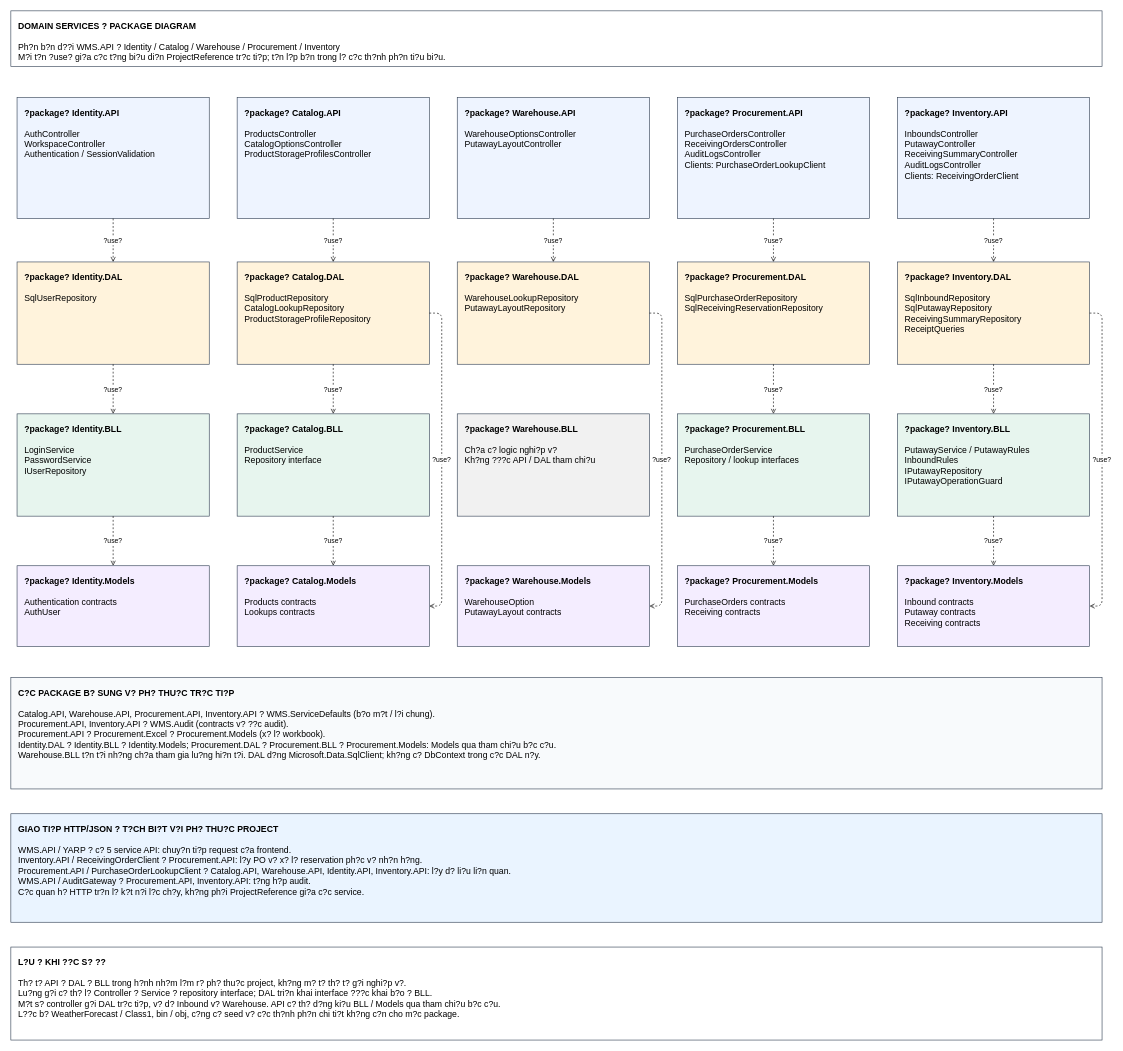
Above: docs/backend-services-package-diagram.drawio in MiDuKoNgu/WarehouseManagementSystem_SWD392 (draw.io), before the change. Source tidied: cells renumbered, new cells numbered last; positions are measured from the earlier drawing's top-left corner, leaving out a move shared by most shapes. Both pictures are drawn from the tidied source at 62%, with x=0, y=0 at pixel (11, 11).
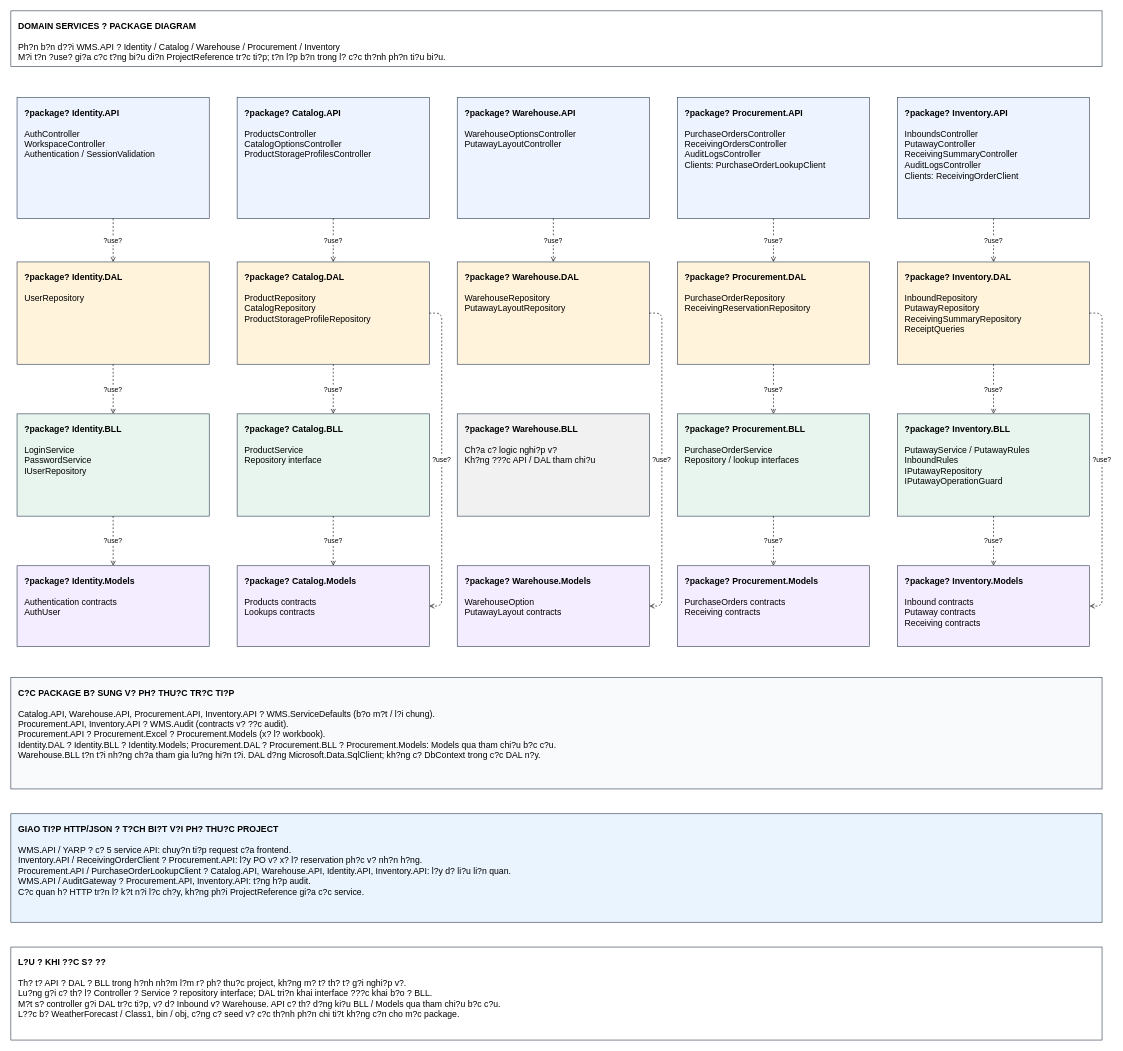
Above is the later version.

What changed in the source:
```diff
@@
-    <mxCell id="4" value="&lt;b&gt;?package? Identity.DAL&lt;/b&gt;&lt;br&gt;&lt;br&gt;SqlUserRepository" style="html=1;whiteSpace=wrap;align=left;verticalAlign=top;spacing=12;fontSize=14;fillColor=#fff3dc;strokeColor=#334155;" parent="1" vertex="1">
+    <mxCell id="4" value="&lt;b&gt;?package? Identity.DAL&lt;/b&gt;&lt;br&gt;&lt;br&gt;UserRepository" style="html=1;whiteSpace=wrap;align=left;verticalAlign=top;spacing=12;fontSize=14;fillColor=#fff3dc;strokeColor=#334155;" parent="1" vertex="1">
       <mxGeometry x="10" y="405" width="310" height="165" as="geometry" />
     </mxCell>
@@
-    <mxCell id="11" value="&lt;b&gt;?package? Catalog.DAL&lt;/b&gt;&lt;br&gt;&lt;br&gt;SqlProductRepository&lt;br&gt;CatalogLookupRepository&lt;br&gt;ProductStorageProfileRepository" style="html=1;whiteSpace=wrap;align=left;verticalAlign=top;spacing=12;fontSize=14;fillColor=#fff3dc;strokeColor=#334155;" parent="1" vertex="1">
+    <mxCell id="11" value="&lt;b&gt;?package? Catalog.DAL&lt;/b&gt;&lt;br&gt;&lt;br&gt;ProductRepository&lt;br&gt;CatalogRepository&lt;br&gt;ProductStorageProfileRepository" style="html=1;whiteSpace=wrap;align=left;verticalAlign=top;spacing=12;fontSize=14;fillColor=#fff3dc;strokeColor=#334155;" parent="1" vertex="1">
       <mxGeometry x="365" y="405" width="310" height="165" as="geometry" />
     </mxCell>
@@
-    <mxCell id="19" value="&lt;b&gt;?package? Warehouse.DAL&lt;/b&gt;&lt;br&gt;&lt;br&gt;WarehouseLookupRepository&lt;br&gt;PutawayLayoutRepository" style="html=1;whiteSpace=wrap;align=left;verticalAlign=top;spacing=12;fontSize=14;fillColor=#fff3dc;strokeColor=#334155;" parent="1" vertex="1">
+    <mxCell id="19" value="&lt;b&gt;?package? Warehouse.DAL&lt;/b&gt;&lt;br&gt;&lt;br&gt;WarehouseRepository&lt;br&gt;PutawayLayoutRepository" style="html=1;whiteSpace=wrap;align=left;verticalAlign=top;spacing=12;fontSize=14;fillColor=#fff3dc;strokeColor=#334155;" parent="1" vertex="1">
       <mxGeometry x="720" y="405" width="310" height="165" as="geometry" />
     </mxCell>
@@
-    <mxCell id="25" value="&lt;b&gt;?package? Procurement.DAL&lt;/b&gt;&lt;br&gt;&lt;br&gt;SqlPurchaseOrderRepository&lt;br&gt;SqlReceivingReservationRepository" style="html=1;whiteSpace=wrap;align=left;verticalAlign=top;spacing=12;fontSize=14;fillColor=#fff3dc;strokeColor=#334155;" parent="1" vertex="1">
+    <mxCell id="25" value="&lt;b&gt;?package? Procurement.DAL&lt;/b&gt;&lt;br&gt;&lt;br&gt;PurchaseOrderRepository&lt;br&gt;ReceivingReservationRepository" style="html=1;whiteSpace=wrap;align=left;verticalAlign=top;spacing=12;fontSize=14;fillColor=#fff3dc;strokeColor=#334155;" parent="1" vertex="1">
       <mxGeometry x="1075" y="405" width="310" height="165" as="geometry" />
     </mxCell>
@@
-    <mxCell id="32" value="&lt;b&gt;?package? Inventory.DAL&lt;/b&gt;&lt;br&gt;&lt;br&gt;SqlInboundRepository&lt;br&gt;SqlPutawayRepository&lt;br&gt;ReceivingSummaryRepository&lt;br&gt;ReceiptQueries" style="html=1;whiteSpace=wrap;align=left;verticalAlign=top;spacing=12;fontSize=14;fillColor=#fff3dc;strokeColor=#334155;" parent="1" vertex="1">
+    <mxCell id="32" value="&lt;b&gt;?package? Inventory.DAL&lt;/b&gt;&lt;br&gt;&lt;br&gt;InboundRepository&lt;br&gt;PutawayRepository&lt;br&gt;ReceivingSummaryRepository&lt;br&gt;ReceiptQueries" style="html=1;whiteSpace=wrap;align=left;verticalAlign=top;spacing=12;fontSize=14;fillColor=#fff3dc;strokeColor=#334155;" parent="1" vertex="1">
       <mxGeometry x="1430" y="405" width="310" height="165" as="geometry" />
     </mxCell>
```
